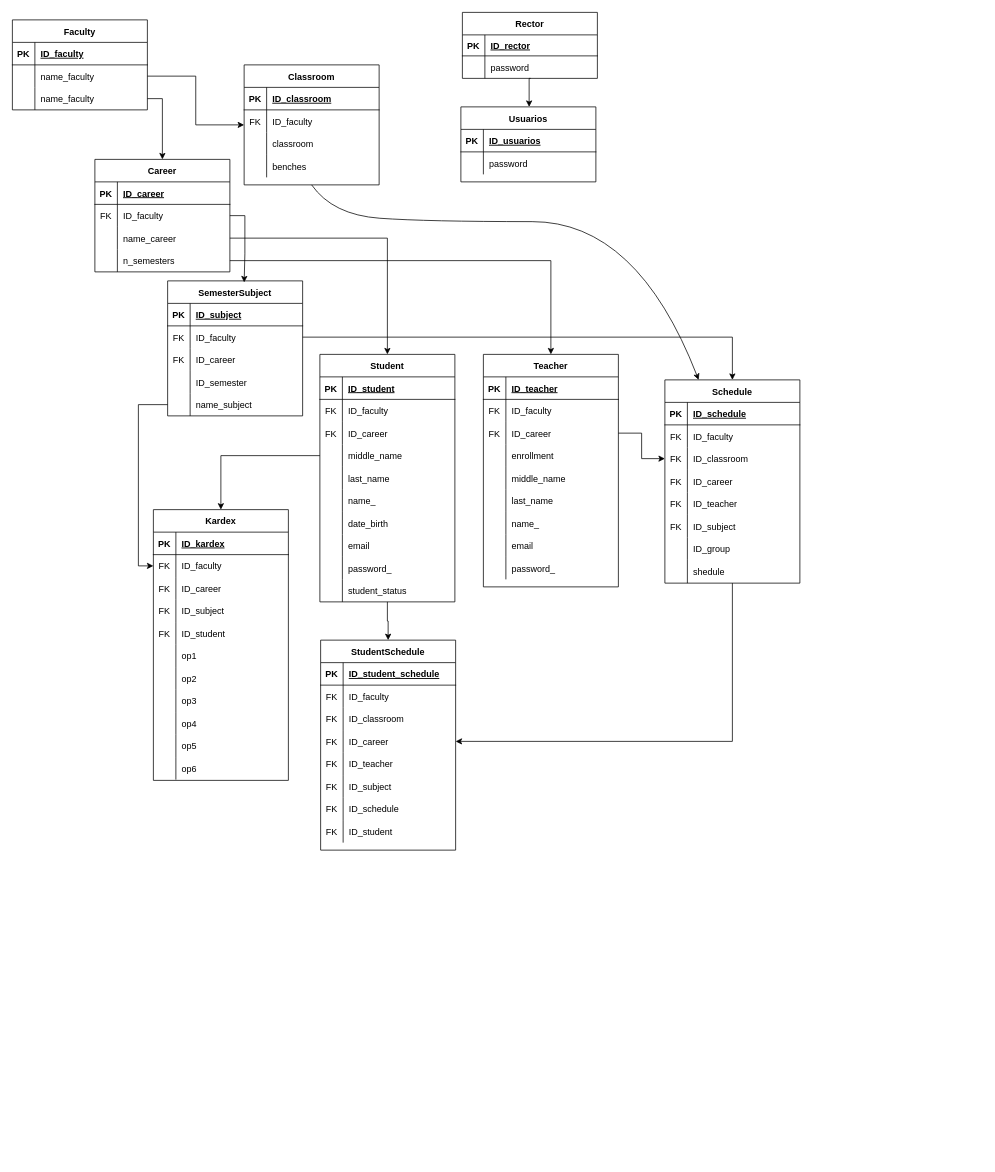
The draw.io diagram UANL.drawio in miguelrang/InscripcionHorarioSIASE-UANL-SIMULACION-1.0, before the edit. Source tidied: cells renumbered, new cells numbered last; positions are measured from the earlier drawing's top-left corner, leaving out a move shared by most shapes. Both pictures are drawn from the tidied source at 75%, with x=0, y=0 at pixel (12, 12).
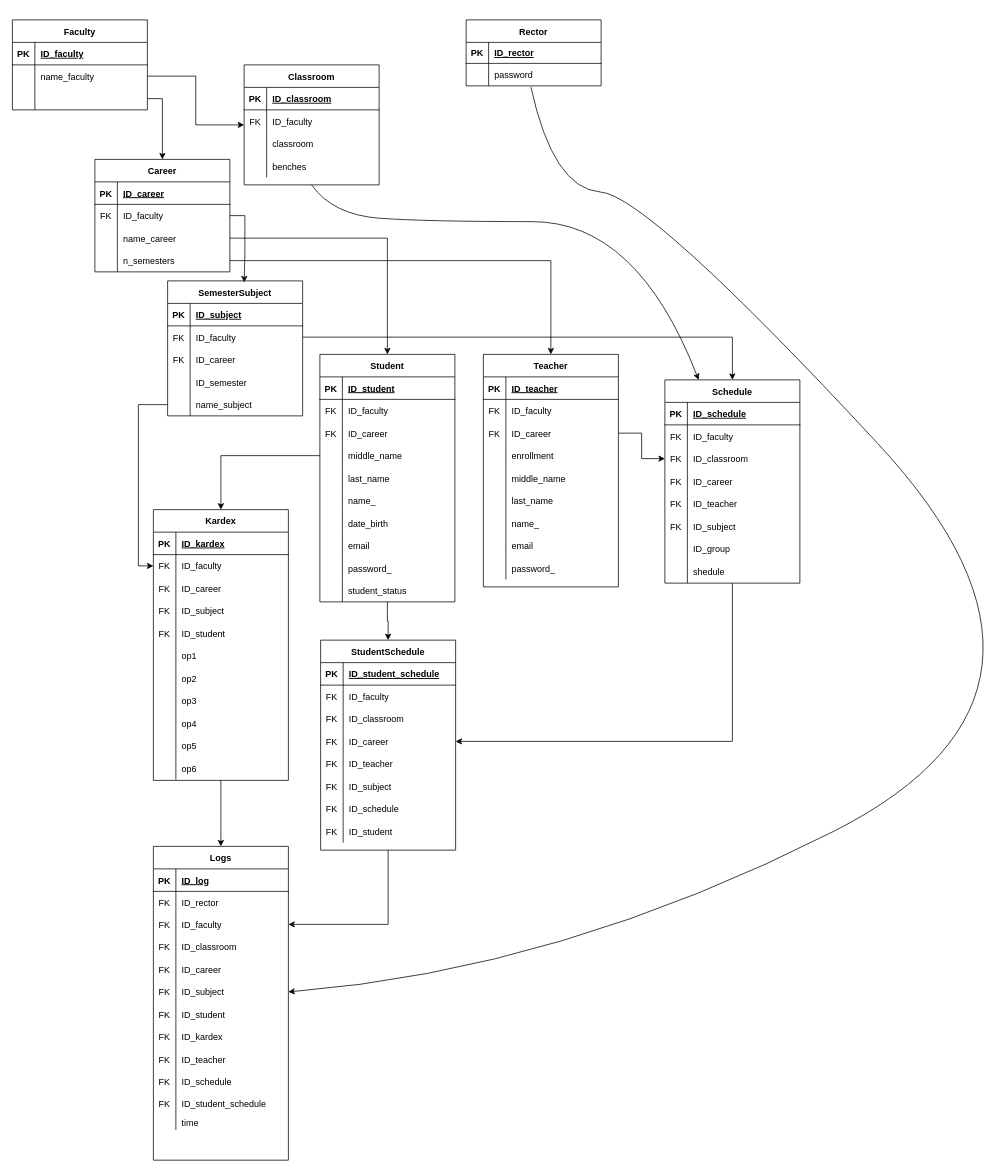
Above is the later version.

The change refers to these unchanged cells:
```xml
<mxCell id="9" style="shape=tableRow;horizontal=0;startSize=0;swimlaneHead=0;swimlaneBody=0;fillColor=none;points=[[0,0.5],[1,0.5]];portConstraint=eastwest;top=0;left=0;right=0;bottom=0;" parent="2" vertex="1">
  <mxGeometry y="90" width="180" height="30" as="geometry" />
</mxCell>
<mxCell id="46" style="shape=tableRow;horizontal=0;startSize=0;swimlaneHead=0;swimlaneBody=0;fillColor=none;points=[[0,0.5],[1,0.5]];portConstraint=eastwest;top=0;left=0;right=0;bottom=0;" parent="42" vertex="1">
  <mxGeometry y="58" width="180" height="30" as="geometry" />
</mxCell>
<mxCell id="115" value="Kardex" style="shape=table;startSize=30;childLayout=tableLayout;rowLines=0;fontStyle=1;align=center;" parent="1" vertex="1">
  <mxGeometry x="188" y="663" width="180" height="361" as="geometry" />
</mxCell>
<mxCell id="199" value="StudentSchedule" style="shape=table;startSize=30;childLayout=tableLayout;rowLines=0;fontStyle=1;align=center;" parent="1" vertex="1">
  <mxGeometry x="411" y="837" width="180" height="280" as="geometry" />
</mxCell>
```

The edit, as a diff of the source:
```diff
@@
-    <mxCell id="11" value="name_faculty" style="shape=partialRectangle;fillColor=none;top=0;left=0;bottom=0;right=0;align=left;spacingLeft=6;overflow=hidden;" parent="9" vertex="1">
+    <mxCell id="11" style="shape=partialRectangle;fillColor=none;top=0;left=0;bottom=0;right=0;align=left;spacingLeft=6;overflow=hidden;" parent="9" vertex="1">
       <mxGeometry x="30" width="150" height="30" as="geometry" />
     </mxCell>
@@
-    <mxCell id="41" style="edgeStyle=orthogonalEdgeStyle;rounded=0;orthogonalLoop=1;jettySize=auto;html=1;entryX=0.5;entryY=0;entryDx=0;entryDy=0;" parent="1" edge="1">
-      <mxGeometry relative="1" as="geometry">
-        <mxPoint x="691" y="88" as="sourcePoint" />
-        <mxPoint x="689" y="126" as="targetPoint" />
-      </mxGeometry>
-    </mxCell>
     <mxCell id="42" value="Rector" style="shape=table;startSize=30;childLayout=tableLayout;rowLines=0;fontStyle=1;align=center;" parent="1" vertex="1">
-      <mxGeometry x="600" width="180" height="88" as="geometry" />
+      <mxGeometry x="605" y="10" width="180" height="88" as="geometry" />
     </mxCell>
@@
-    <mxCell id="81" value="Usuarios" style="shape=table;startSize=30;childLayout=tableLayout;rowLines=0;fontStyle=1;align=center;" parent="1" vertex="1">
-      <mxGeometry x="598" y="126" width="180" height="100" as="geometry" />
-    </mxCell>
-    <mxCell id="82" style="shape=tableRow;horizontal=0;startSize=0;swimlaneHead=0;swimlaneBody=0;fillColor=none;top=0;left=0;right=0;bottom=1;" parent="81" vertex="1">
-      <mxGeometry y="30" width="180" height="30" as="geometry" />
-    </mxCell>
-    <mxCell id="83" value="PK" style="shape=partialRectangle;fillColor=none;top=0;left=0;bottom=0;right=0;fontStyle=1;overflow=hidden;" parent="82" vertex="1">
-      <mxGeometry width="30" height="30" as="geometry" />
-    </mxCell>
-    <mxCell id="84" value="ID_usuarios" style="shape=partialRectangle;fillColor=none;top=0;left=0;bottom=0;right=0;align=left;spacingLeft=6;fontStyle=5;overflow=hidden;" parent="82" vertex="1">
-      <mxGeometry x="30" width="150" height="30" as="geometry" />
-    </mxCell>
-    <mxCell id="85" style="shape=tableRow;horizontal=0;startSize=0;swimlaneHead=0;swimlaneBody=0;fillColor=none;top=0;left=0;right=0;bottom=0;" parent="81" vertex="1">
-      <mxGeometry y="60" width="180" height="30" as="geometry" />
-    </mxCell>
-    <mxCell id="86" style="shape=partialRectangle;fillColor=none;top=0;left=0;bottom=0;right=0;overflow=hidden;" parent="85" vertex="1">
-      <mxGeometry width="30" height="30" as="geometry" />
-    </mxCell>
-    <mxCell id="87" value="password" style="shape=partialRectangle;fillColor=none;top=0;left=0;bottom=0;right=0;align=left;spacingLeft=6;overflow=hidden;" parent="85" vertex="1">
-      <mxGeometry x="30" width="150" height="30" as="geometry" />
-    </mxCell>
@@
+    <mxCell id="224" style="edgeStyle=orthogonalEdgeStyle;rounded=0;jettySize=auto;html=1;exitX=0.5;exitY=1;exitDx=0;exitDy=0;entryX=0.5;entryY=0;entryDx=0;entryDy=0;" parent="1" edge="1" source="115" target="226">
+      <mxGeometry relative="1" as="geometry" />
+    </mxCell>
@@
+    <mxCell id="225" style="edgeStyle=orthogonalEdgeStyle;rounded=0;jettySize=auto;html=1;exitX=0.5;exitY=1;exitDx=0;exitDy=0;entryX=1;entryY=0.5;entryDx=0;entryDy=0;" parent="1" edge="1" source="199" target="231">
+      <mxGeometry relative="1" as="geometry" />
+    </mxCell>
@@
+    <mxCell id="226" value="Logs" style="shape=table;startSize=30;childLayout=tableLayout;rowLines=0;fontStyle=1;align=center;" parent="1" vertex="1">
+      <mxGeometry x="188" y="1112" width="180" height="418.4" as="geometry" />
+    </mxCell>
+    <mxCell id="82" style="shape=tableRow;horizontal=0;startSize=0;swimlaneHead=0;swimlaneBody=0;fillColor=none;top=0;left=0;right=0;bottom=1;" parent="226" vertex="1">
+      <mxGeometry y="30" width="180" height="30" as="geometry" />
+    </mxCell>
+    <mxCell id="83" value="PK" style="shape=partialRectangle;fillColor=none;top=0;left=0;bottom=0;right=0;fontStyle=1;overflow=hidden;" parent="82" vertex="1">
+      <mxGeometry width="30" height="30" as="geometry" />
+    </mxCell>
+    <mxCell id="227" value="ID_log" style="shape=partialRectangle;fillColor=none;top=0;left=0;bottom=0;right=0;align=left;spacingLeft=6;fontStyle=5;overflow=hidden;" parent="82" vertex="1">
+      <mxGeometry x="30" width="150" height="30" as="geometry" />
+    </mxCell>
+    <mxCell id="228" style="shape=tableRow;horizontal=0;startSize=0;swimlaneHead=0;swimlaneBody=0;fillColor=none;top=0;left=0;right=0;bottom=0;" parent="226" vertex="1">
+      <mxGeometry y="60" width="180" height="29" as="geometry" />
+    </mxCell>
+    <mxCell id="229" value="FK" style="shape=partialRectangle;fillColor=none;top=0;left=0;bottom=0;right=0;overflow=hidden;" parent="228" vertex="1">
+      <mxGeometry width="30" height="29" as="geometry" />
+    </mxCell>
+    <mxCell id="230" value="ID_rector" style="shape=partialRectangle;fillColor=none;top=0;left=0;bottom=0;right=0;align=left;spacingLeft=6;overflow=hidden;" parent="228" vertex="1">
+      <mxGeometry x="30" width="150" height="29" as="geometry" />
+    </mxCell>
+    <mxCell id="231" style="shape=tableRow;horizontal=0;startSize=0;swimlaneHead=0;swimlaneBody=0;fillColor=none;points=[[0,0.5],[1,0.5]];portConstraint=eastwest;top=0;left=0;right=0;bottom=0;" parent="226" vertex="1">
+      <mxGeometry y="89" width="180" height="30" as="geometry" />
+    </mxCell>
+    <mxCell id="232" value="FK" style="shape=partialRectangle;fillColor=none;top=0;left=0;bottom=0;right=0;overflow=hidden;" parent="231" vertex="1">
+      <mxGeometry width="30" height="30" as="geometry" />
+    </mxCell>
+    <mxCell id="233" value="ID_faculty" style="shape=partialRectangle;fillColor=none;top=0;left=0;bottom=0;right=0;align=left;spacingLeft=6;overflow=hidden;" parent="231" vertex="1">
+      <mxGeometry x="30" width="150" height="30" as="geometry" />
+    </mxCell>
+    <mxCell id="234" style="shape=tableRow;horizontal=0;startSize=0;swimlaneHead=0;swimlaneBody=0;fillColor=none;top=0;left=0;right=0;bottom=0;" parent="226" vertex="1">
+      <mxGeometry y="119" width="180" height="30" as="geometry" />
+    </mxCell>
+    <mxCell id="235" value="FK" style="shape=partialRectangle;fillColor=none;top=0;left=0;bottom=0;right=0;overflow=hidden;" parent="234" vertex="1">
+      <mxGeometry width="30" height="30" as="geometry" />
+    </mxCell>
+    <mxCell id="236" value="ID_classroom" style="shape=partialRectangle;fillColor=none;top=0;left=0;bottom=0;right=0;align=left;spacingLeft=6;overflow=hidden;" parent="234" vertex="1">
+      <mxGeometry x="30" width="150" height="30" as="geometry" />
+    </mxCell>
+    <mxCell id="237" style="shape=tableRow;horizontal=0;startSize=0;swimlaneHead=0;swimlaneBody=0;fillColor=none;top=0;left=0;right=0;bottom=0;" parent="226" vertex="1">
+      <mxGeometry y="149" width="180" height="30" as="geometry" />
+    </mxCell>
+    <mxCell id="238" value="FK" style="shape=partialRectangle;fillColor=none;top=0;left=0;bottom=0;right=0;overflow=hidden;" parent="237" vertex="1">
+      <mxGeometry width="30" height="30" as="geometry" />
+    </mxCell>
+    <mxCell id="239" value="ID_career" style="shape=partialRectangle;fillColor=none;top=0;left=0;bottom=0;right=0;align=left;spacingLeft=6;overflow=hidden;" parent="237" vertex="1">
+      <mxGeometry x="30" width="150" height="30" as="geometry" />
+    </mxCell>
+    <mxCell id="240" style="shape=tableRow;horizontal=0;startSize=0;swimlaneHead=0;swimlaneBody=0;fillColor=none;points=[[0,0.5],[1,0.5]];portConstraint=eastwest;top=0;left=0;right=0;bottom=0;" parent="226" vertex="1">
+      <mxGeometry y="179" width="180" height="30" as="geometry" />
+    </mxCell>
+    <mxCell id="241" value="FK" style="shape=partialRectangle;fillColor=none;top=0;left=0;bottom=0;right=0;overflow=hidden;" parent="240" vertex="1">
+      <mxGeometry width="30" height="30" as="geometry" />
+    </mxCell>
+    <mxCell id="242" value="ID_subject" style="shape=partialRectangle;fillColor=none;top=0;left=0;bottom=0;right=0;align=left;spacingLeft=6;overflow=hidden;" parent="240" vertex="1">
+      <mxGeometry x="30" width="150" height="30" as="geometry" />
+    </mxCell>
+    <mxCell id="243" style="shape=tableRow;horizontal=0;startSize=0;swimlaneHead=0;swimlaneBody=0;fillColor=none;top=0;left=0;right=0;bottom=0;" parent="226" vertex="1">
+      <mxGeometry y="209" width="180" height="30" as="geometry" />
+    </mxCell>
+    <mxCell id="244" value="FK" style="shape=partialRectangle;fillColor=none;top=0;left=0;bottom=0;right=0;overflow=hidden;" parent="243" vertex="1">
+      <mxGeometry width="30" height="30" as="geometry" />
+    </mxCell>
+    <mxCell id="245" value="ID_student" style="shape=partialRectangle;fillColor=none;top=0;left=0;bottom=0;right=0;align=left;spacingLeft=6;overflow=hidden;" parent="243" vertex="1">
+      <mxGeometry x="30" width="150" height="30" as="geometry" />
+    </mxCell>
+    <mxCell id="246" style="shape=tableRow;horizontal=0;startSize=0;swimlaneHead=0;swimlaneBody=0;fillColor=none;top=0;left=0;right=0;bottom=0;" parent="226" vertex="1">
+      <mxGeometry y="239" width="180" height="30" as="geometry" />
+    </mxCell>
+    <mxCell id="247" value="FK" style="shape=partialRectangle;fillColor=none;top=0;left=0;bottom=0;right=0;overflow=hidden;" parent="246" vertex="1">
+      <mxGeometry width="30" height="30" as="geometry" />
+    </mxCell>
+    <mxCell id="248" value="ID_kardex" style="shape=partialRectangle;fillColor=none;top=0;left=0;bottom=0;right=0;align=left;spacingLeft=6;overflow=hidden;" parent="246" vertex="1">
+      <mxGeometry x="30" width="150" height="30" as="geometry" />
+    </mxCell>
+    <mxCell id="249" style="shape=tableRow;horizontal=0;startSize=0;swimlaneHead=0;swimlaneBody=0;fillColor=none;top=0;left=0;right=0;bottom=0;" parent="226" vertex="1">
+      <mxGeometry y="269" width="180" height="30" as="geometry" />
+    </mxCell>
+    <mxCell id="250" value="FK" style="shape=partialRectangle;fillColor=none;top=0;left=0;bottom=0;right=0;overflow=hidden;" parent="249" vertex="1">
+      <mxGeometry width="30" height="30" as="geometry" />
+    </mxCell>
+    <mxCell id="251" value="ID_teacher" style="shape=partialRectangle;fillColor=none;top=0;left=0;bottom=0;right=0;align=left;spacingLeft=6;overflow=hidden;" parent="249" vertex="1">
+      <mxGeometry x="30" width="150" height="30" as="geometry" />
+    </mxCell>
+    <mxCell id="252" style="shape=tableRow;horizontal=0;startSize=0;swimlaneHead=0;swimlaneBody=0;fillColor=none;top=0;left=0;right=0;bottom=0;" parent="226" vertex="1">
+      <mxGeometry y="299" width="180" height="30" as="geometry" />
+    </mxCell>
+    <mxCell id="253" value="FK" style="shape=partialRectangle;fillColor=none;top=0;left=0;bottom=0;right=0;overflow=hidden;" parent="252" vertex="1">
+      <mxGeometry width="30" height="30" as="geometry" />
+    </mxCell>
+    <mxCell id="254" value="ID_schedule" style="shape=partialRectangle;fillColor=none;top=0;left=0;bottom=0;right=0;align=left;spacingLeft=6;overflow=hidden;" parent="252" vertex="1">
+      <mxGeometry x="30" width="150" height="30" as="geometry" />
+    </mxCell>
+    <mxCell id="255" style="shape=tableRow;horizontal=0;startSize=0;swimlaneHead=0;swimlaneBody=0;fillColor=none;top=0;left=0;right=0;bottom=0;" parent="226" vertex="1">
+      <mxGeometry y="329" width="180" height="29" as="geometry" />
+    </mxCell>
+    <mxCell id="256" value="FK" style="shape=partialRectangle;fillColor=none;top=0;left=0;bottom=0;right=0;overflow=hidden;" parent="255" vertex="1">
+      <mxGeometry width="30" height="29" as="geometry" />
+    </mxCell>
+    <mxCell id="257" value="ID_student_schedule" style="shape=partialRectangle;fillColor=none;top=0;left=0;bottom=0;right=0;align=left;spacingLeft=6;overflow=hidden;" parent="255" vertex="1">
+      <mxGeometry x="30" width="150" height="29" as="geometry" />
+    </mxCell>
+    <mxCell id="258" style="shape=tableRow;horizontal=0;startSize=0;swimlaneHead=0;swimlaneBody=0;fillColor=none;top=0;left=0;right=0;bottom=0;" parent="226" vertex="1">
+      <mxGeometry y="358" width="180" height="20" as="geometry" />
+    </mxCell>
+    <mxCell id="259" style="shape=partialRectangle;fillColor=none;top=0;left=0;bottom=0;right=0;overflow=hidden;" parent="258" vertex="1">
+      <mxGeometry width="30" height="20" as="geometry" />
+    </mxCell>
+    <mxCell id="260" value="time" style="shape=partialRectangle;fillColor=none;top=0;left=0;bottom=0;right=0;align=left;spacingLeft=6;overflow=hidden;" parent="258" vertex="1">
+      <mxGeometry x="30" width="150" height="20" as="geometry" />
+    </mxCell>
+    <mxCell id="261" style="curved=1;endArrow=classic;html=1;rounded=0;exitX=0.48;exitY=1.056;exitDx=0;exitDy=0;entryX=1;entryY=0.5;entryDx=0;entryDy=0;exitPerimeter=0;" parent="1" edge="1" source="46" target="240">
+      <mxGeometry relative="1" as="geometry">
+        <Array as="points">
+          <mxPoint x="721" y="235" />
+          <mxPoint x="847" y="244" />
+          <mxPoint x="1461" y="906" />
+          <mxPoint x="731" y="1277" />
+        </Array>
+      </mxGeometry>
+    </mxCell>
```
